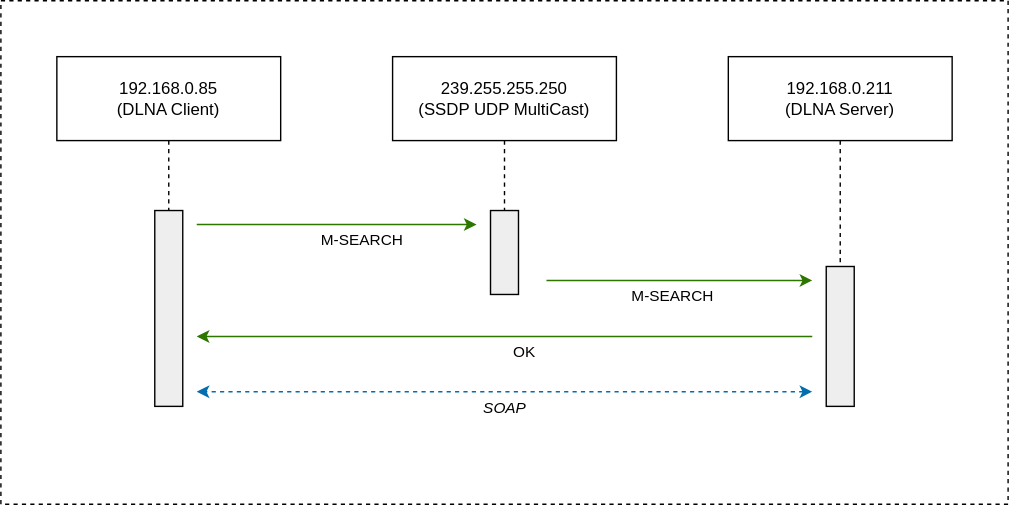
This is static/images/kubernetes-and-dlna.drawio.svg from Cori1109/Cori1109.github.io, a draw.io export, as it was before one commit. Source tidied: cells renumbered, new cells last; positions are measured from the earlier drawing's top-left corner, leaving out a move shared by most shapes.
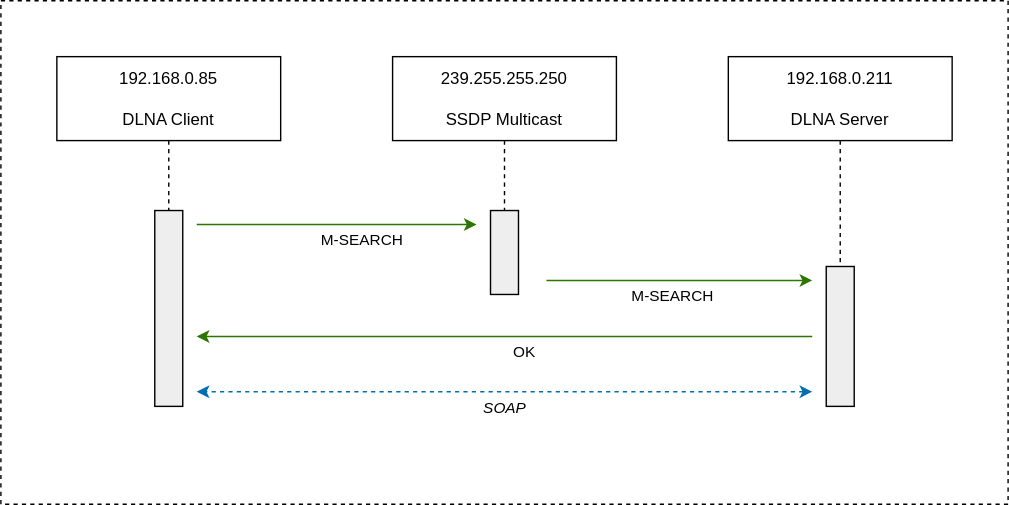
Above is the later version.

Diff of the diagram source:
```diff
@@ -5,7 +5,7 @@
     <mxCell id="2" style="rounded=0;whiteSpace=wrap;html=1;dashed=1;fillColor=none;" parent="1" vertex="1">
       <mxGeometry width="720" height="360" as="geometry" />
     </mxCell>
-    <mxCell id="3" value="192.168.0.85&lt;br&gt;(DLNA Client)" style="shape=rect;html=1;whiteSpace=wrap;align=center;" parent="1" vertex="1">
+    <mxCell id="3" value="192.168.0.85&lt;br&gt;&lt;br&gt;DLNA Client" style="shape=rect;html=1;whiteSpace=wrap;align=center;" parent="1" vertex="1">
       <mxGeometry x="40" y="40" width="160" height="60" as="geometry" />
     </mxCell>
     <mxCell id="4" style="edgeStyle=orthogonalEdgeStyle;rounded=0;orthogonalLoop=1;jettySize=auto;html=1;fillColor=#60a917;strokeColor=#2D7600;" parent="1" edge="1">
@@ -25,7 +25,7 @@
     <mxCell id="7" style="edgeStyle=none;html=1;dashed=1;endArrow=none;" parent="1" edge="1" source="3" target="6">
       <mxGeometry relative="1" as="geometry" />
     </mxCell>
-    <mxCell id="8" value="239.255.255.250&lt;br&gt;(SSDP UDP MultiCast)" style="shape=rect;html=1;whiteSpace=wrap;align=center;" parent="1" vertex="1">
+    <mxCell id="8" value="239.255.255.250&lt;br&gt;&lt;br&gt;SSDP Multicast" style="shape=rect;html=1;whiteSpace=wrap;align=center;" parent="1" vertex="1">
       <mxGeometry x="280" y="40" width="160" height="60" as="geometry" />
     </mxCell>
     <mxCell id="9" style="shape=rect;html=1;fillColor=#eeeeee;" parent="1" vertex="1">
@@ -34,7 +34,7 @@
     <mxCell id="10" style="edgeStyle=none;html=1;dashed=1;endArrow=none;" parent="1" edge="1" source="8" target="9">
       <mxGeometry relative="1" as="geometry" />
     </mxCell>
-    <mxCell id="11" value="192.168.0.211&lt;br&gt;(DLNA Server)" style="shape=rect;html=1;whiteSpace=wrap;align=center;" parent="1" vertex="1">
+    <mxCell id="11" value="192.168.0.211&lt;br&gt;&lt;br&gt;DLNA Server" style="shape=rect;html=1;whiteSpace=wrap;align=center;" parent="1" vertex="1">
       <mxGeometry x="520" y="40" width="160" height="60" as="geometry" />
     </mxCell>
     <mxCell id="12" style="shape=rect;html=1;fillColor=#eeeeee;" parent="1" vertex="1">
```
